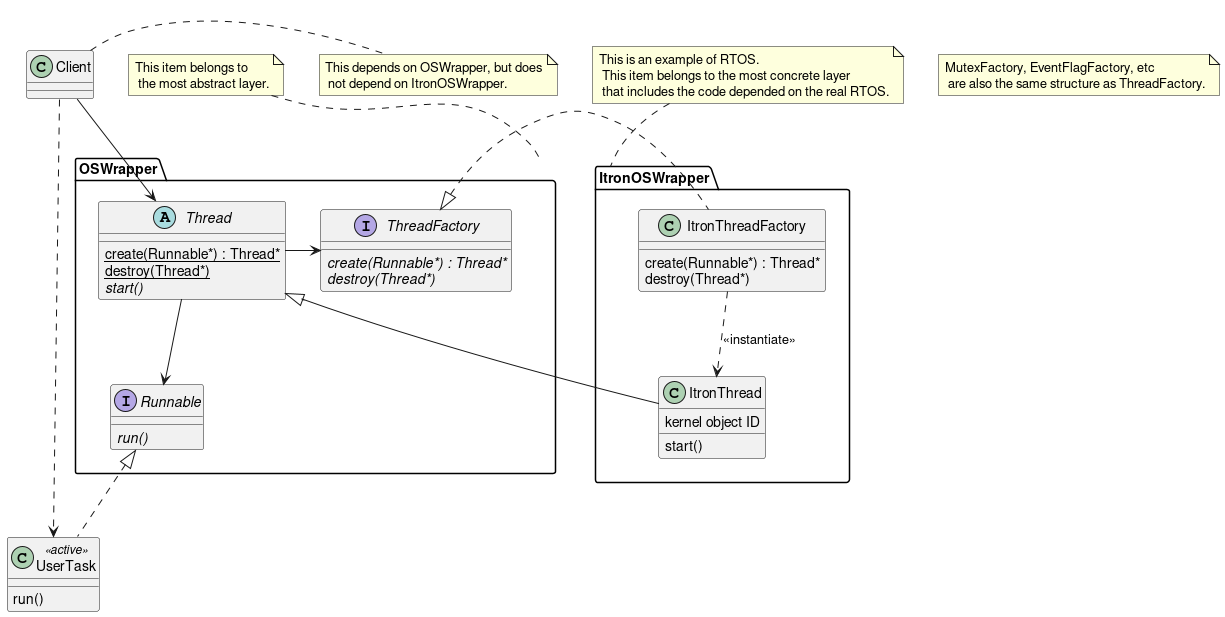
Above: inline_umlgraph_1.png in katono/cppelib-docs (PlantUML), before the change.
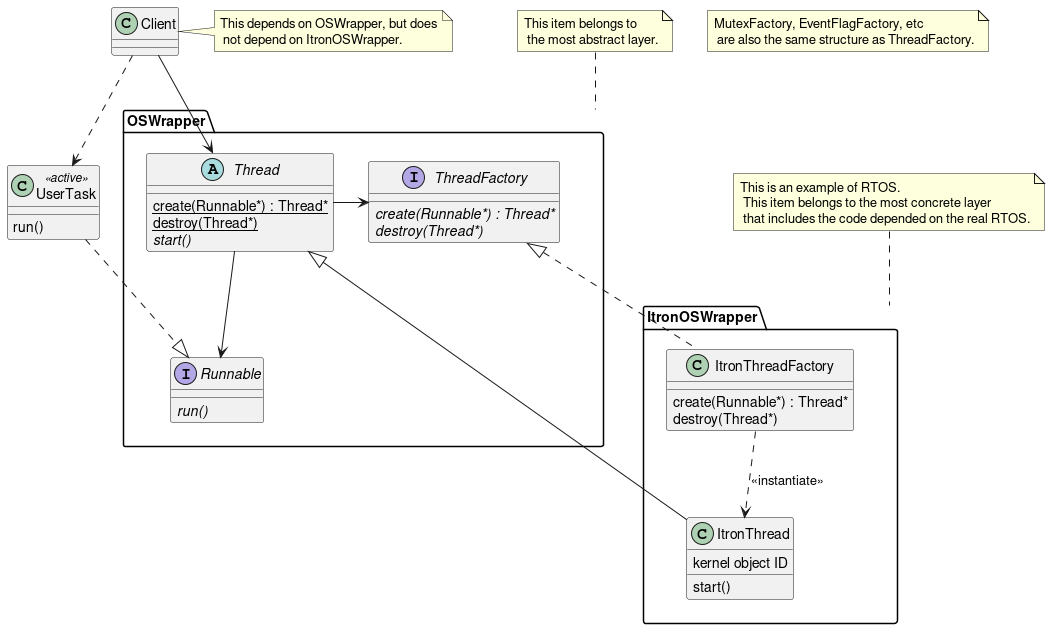
After the commit.

Diff of the diagram source:
```diff
@@ -30,11 +30,11 @@
 }
 
 Thread <|-- ItronThread
-ThreadFactory <|. ItronThreadFactory
+ThreadFactory <|.. ItronThreadFactory
 Thread -> ThreadFactory
 ItronThreadFactory ..> ItronThread : <<instantiate>>
 Thread --> Runnable
-Runnable <|.. UserTask
+UserTask .|> Runnable
 Client --> Thread
 Client ..> UserTask
 note right of Client : This depends on OSWrapper, but does\n not depend on ItronOSWrapper.
```
